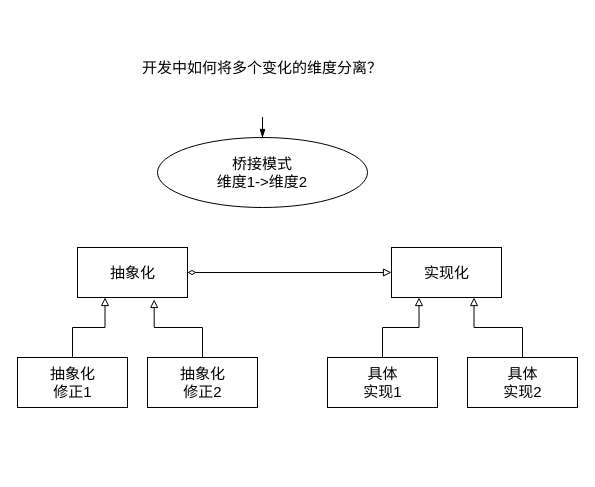
The draw.io diagram 桥接模式.drawio in VilaNan/design-pattern, before the edit. Source tidied: cells renumbered, new cells numbered last; positions are measured from the earlier drawing's top-left corner, leaving out a move shared by most shapes. Both pictures are drawn from the tidied source at 100%, with x=0, y=0 at pixel (17, 17).
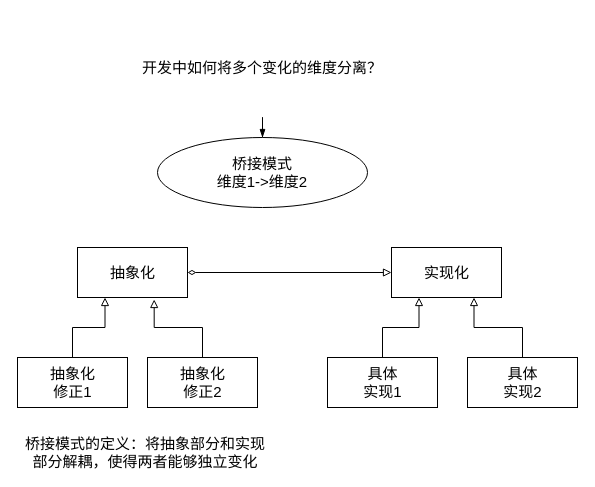
After the change.

Commit message (it also covers changes not shown here):
更新桥接模式.drawio

Diff of the diagram source:
```diff
@@
 <mxGraphModel>
   <root>
     <mxCell id="0" />
     <mxCell id="1" parent="0" />
     <mxCell id="2" style="edgeStyle=orthogonalEdgeStyle;rounded=0;jettySize=auto;html=1;fontSize=15;endArrow=blockThin;endFill=1;" parent="1" edge="1" source="3" target="4">
       <mxGeometry relative="1" as="geometry" />
     </mxCell>
     <mxCell id="3" value="开发中如何将多个变化的维度分离？" style="text;html=1;strokeColor=none;fillColor=none;align=center;verticalAlign=middle;whiteSpace=wrap;rounded=0;fontSize=15;" parent="1" vertex="1">
       <mxGeometry x="90" width="310" height="100" as="geometry" />
     </mxCell>
     <mxCell id="4" value="桥接模式&lt;br&gt;维度1-&amp;gt;维度2" style="ellipse;whiteSpace=wrap;html=1;fontSize=15;" parent="1" vertex="1">
       <mxGeometry x="140" y="120" width="210" height="70" as="geometry" />
     </mxCell>
     <mxCell id="5" style="edgeStyle=orthogonalEdgeStyle;rounded=0;jettySize=auto;html=1;fontSize=15;endArrow=block;endFill=0;startArrow=diamondThin;startFill=0;" parent="1" edge="1" source="6" target="11">
       <mxGeometry relative="1" as="geometry" />
     </mxCell>
     <mxCell id="6" value="抽象化" style="html=1;fontSize=15;" parent="1" vertex="1">
       <mxGeometry x="60" y="230" width="110" height="50" as="geometry" />
     </mxCell>
     <mxCell id="7" style="edgeStyle=orthogonalEdgeStyle;rounded=0;jettySize=auto;html=1;entryX=0.25;entryY=1;entryDx=0;entryDy=0;fontSize=15;endArrow=block;endFill=0;" parent="1" edge="1" source="8" target="6">
       <mxGeometry relative="1" as="geometry" />
     </mxCell>
     <mxCell id="8" value="抽象化&lt;br&gt;修正1" style="html=1;fontSize=15;" parent="1" vertex="1">
       <mxGeometry y="340" width="110" height="50" as="geometry" />
     </mxCell>
     <mxCell id="9" style="edgeStyle=orthogonalEdgeStyle;rounded=0;jettySize=auto;html=1;entryX=0.697;entryY=1.04;entryDx=0;entryDy=0;entryPerimeter=0;fontSize=15;endArrow=block;endFill=0;" parent="1" edge="1" source="10" target="6">
       <mxGeometry relative="1" as="geometry" />
     </mxCell>
     <mxCell id="10" value="抽象化&lt;br&gt;修正2" style="html=1;fontSize=15;" parent="1" vertex="1">
       <mxGeometry x="130" y="340" width="110" height="50" as="geometry" />
     </mxCell>
     <mxCell id="11" value="实现化" style="html=1;fontSize=15;" parent="1" vertex="1">
       <mxGeometry x="374" y="230" width="110" height="50" as="geometry" />
     </mxCell>
     <mxCell id="12" style="edgeStyle=orthogonalEdgeStyle;rounded=0;jettySize=auto;html=1;entryX=0.25;entryY=1;entryDx=0;entryDy=0;fontSize=15;startArrow=none;startFill=0;endArrow=block;endFill=0;" parent="1" edge="1" source="13" target="11">
       <mxGeometry relative="1" as="geometry" />
     </mxCell>
     <mxCell id="13" value="具体&lt;br&gt;实现1" style="html=1;fontSize=15;" parent="1" vertex="1">
       <mxGeometry x="310" y="340" width="110" height="50" as="geometry" />
     </mxCell>
     <mxCell id="14" style="edgeStyle=orthogonalEdgeStyle;rounded=0;jettySize=auto;html=1;entryX=0.75;entryY=1;entryDx=0;entryDy=0;fontSize=15;startArrow=none;startFill=0;endArrow=block;endFill=0;" parent="1" edge="1" source="15" target="11">
       <mxGeometry relative="1" as="geometry" />
     </mxCell>
     <mxCell id="15" value="具体&lt;br&gt;实现2" style="html=1;fontSize=15;" parent="1" vertex="1">
       <mxGeometry x="450" y="340" width="110" height="50" as="geometry" />
     </mxCell>
+    <mxCell id="16" value="桥接模式的定义：将抽象部分和实现部分解耦，使得两者能够独立变化" style="text;html=1;strokeColor=none;fillColor=none;align=center;verticalAlign=middle;whiteSpace=wrap;rounded=0;fontSize=15;" parent="1" vertex="1">
+      <mxGeometry x="3" y="420" width="250" height="30" as="geometry" />
+    </mxCell>
   </root>
 </mxGraphModel>
```
